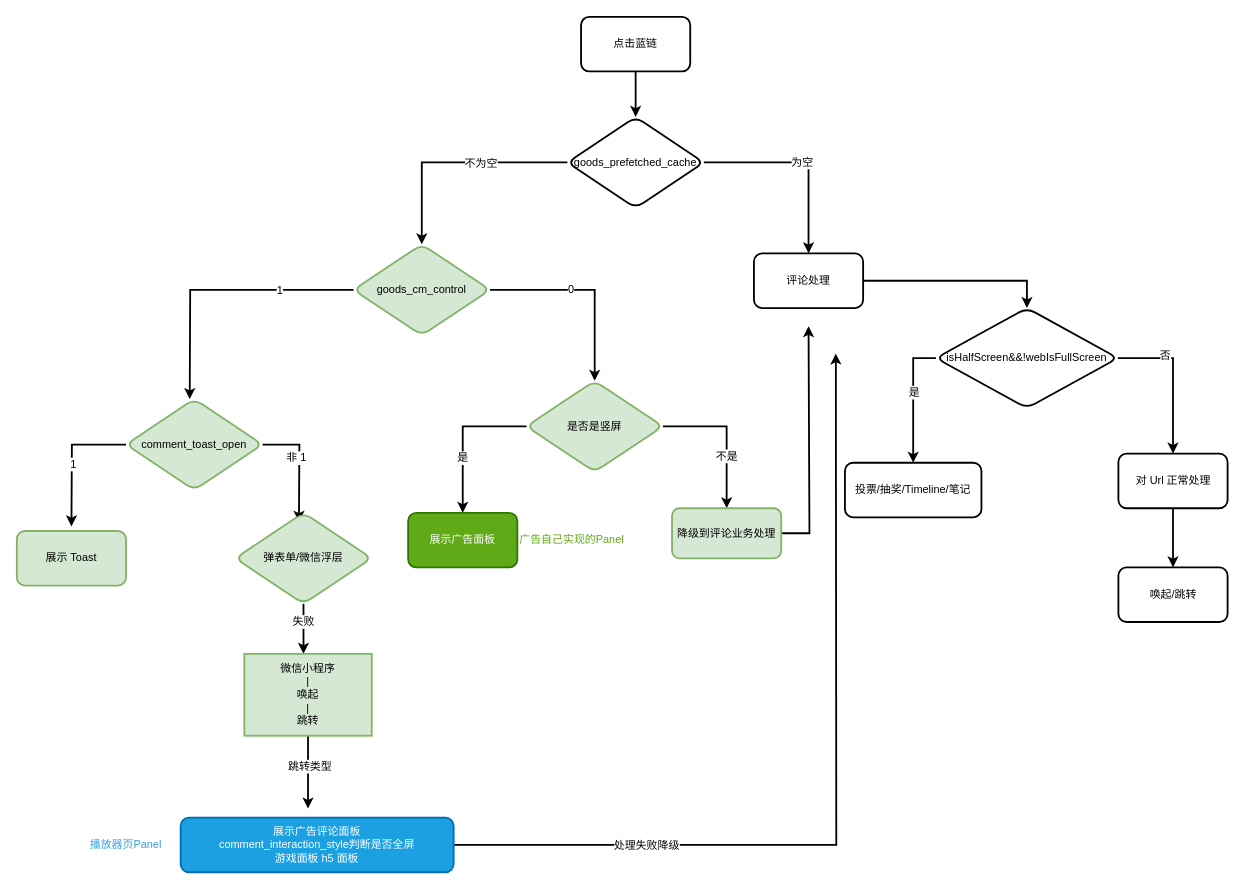
Above: 未命名绘图.drawio in windherd/draw.io (draw.io), before the change. Source tidied: cells renumbered, new cells numbered last; positions are measured from the earlier drawing's top-left corner, leaving out a move shared by most shapes. Both pictures are drawn from the tidied source at 91%, with x=0, y=0 at pixel (16, 16).
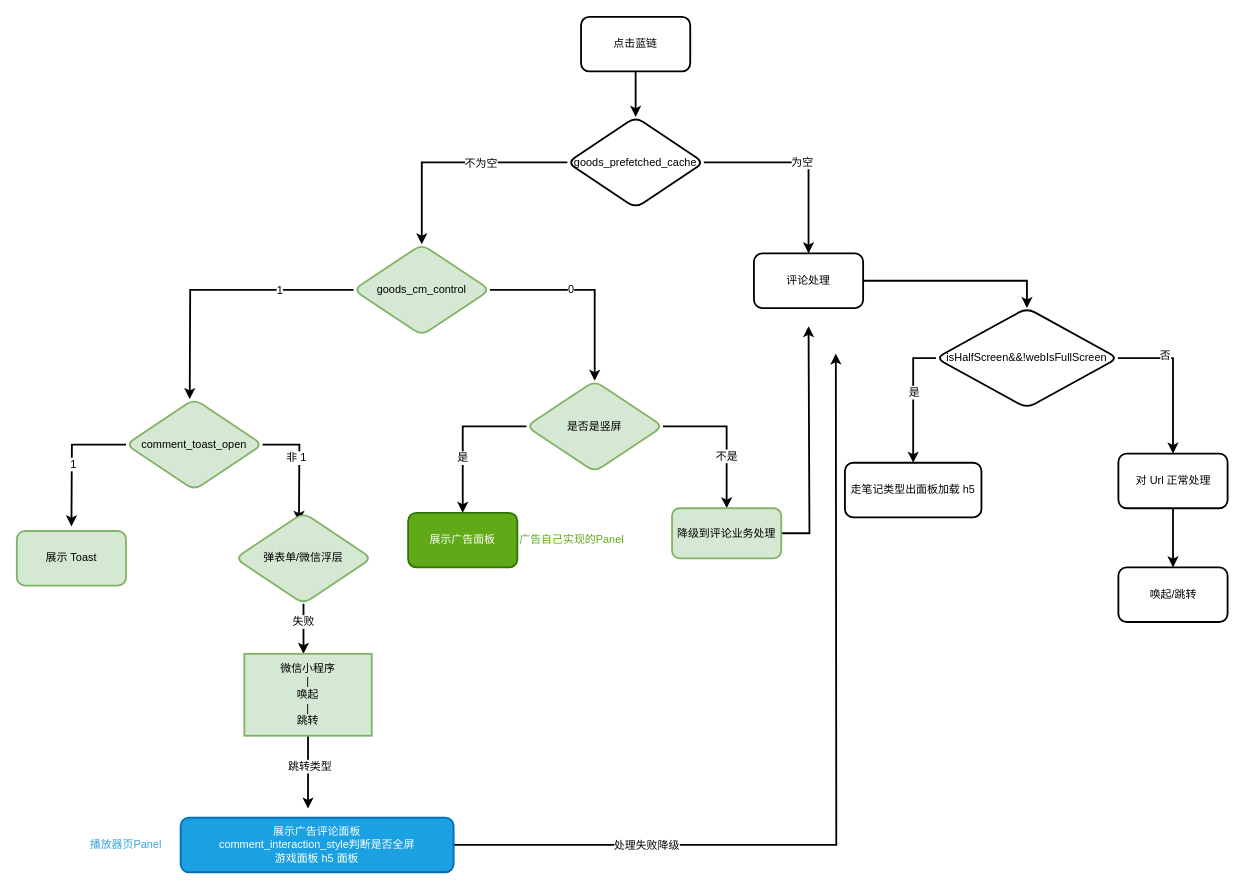
The same page after the edit.

Commit message:
评论蓝链点击.drawio

What changed in the source:
```diff
@@
-    <mxCell id="45" value="投票/抽奖/Timeline/笔记" style="whiteSpace=wrap;html=1;rounded=1;strokeWidth=2;" parent="1" vertex="1">
+    <mxCell id="45" value="走笔记类型出面板加载 h5" style="whiteSpace=wrap;html=1;rounded=1;strokeWidth=2;" parent="1" vertex="1">
       <mxGeometry x="910" y="490" width="150" height="60" as="geometry" />
     </mxCell>
```
